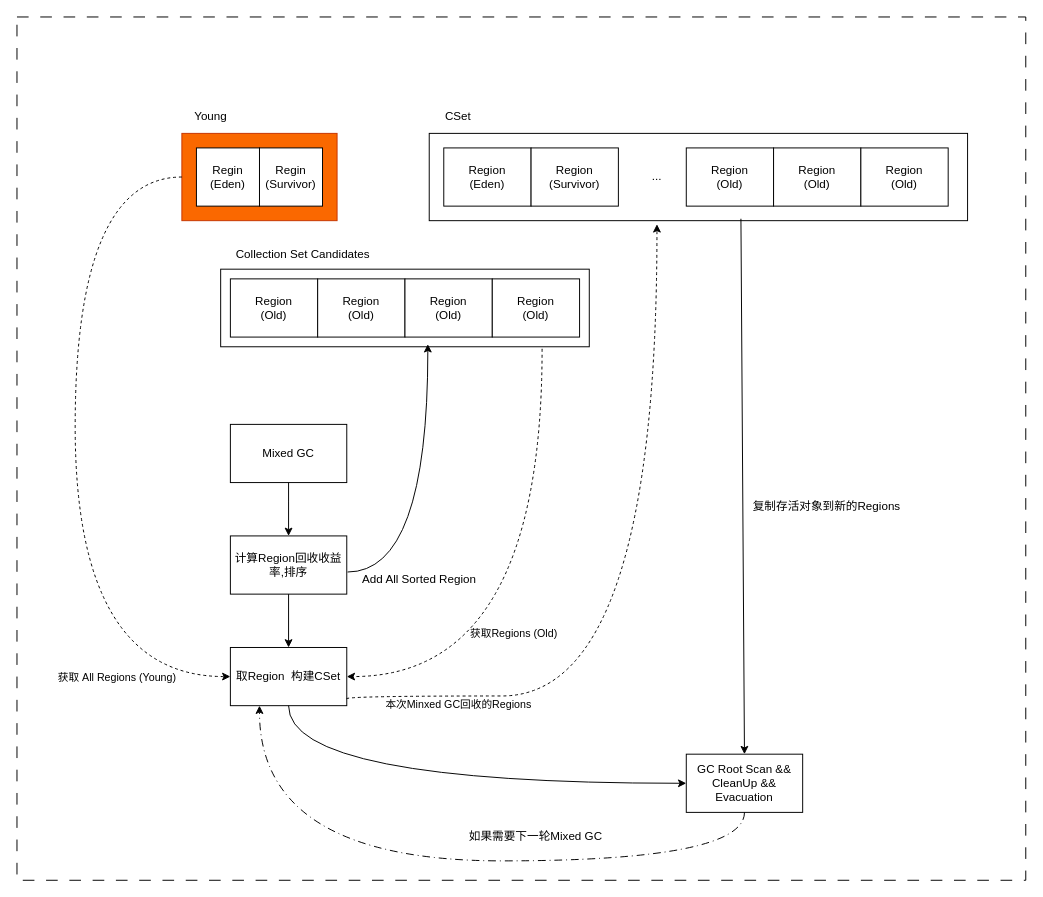
Above: G1/Mixe dGC.drawio in wit88wang/my.draw.io (draw.io), before the change. Source tidied: cells renumbered, new cells numbered last; positions are measured from the earlier drawing's top-left corner, leaving out a move shared by most shapes. Both pictures are drawn from the tidied source at 97%, with x=0, y=0 at pixel (16, 16).
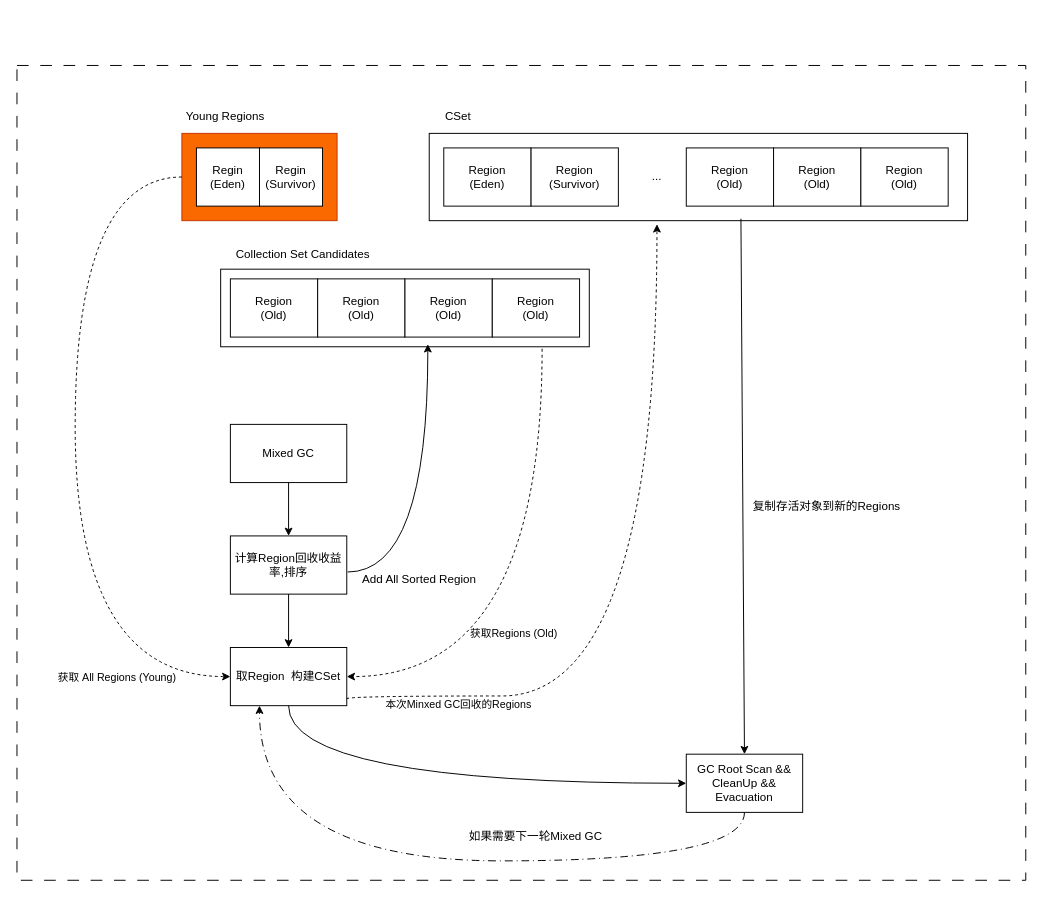
The same diagram, later.

What changed in the source:
```diff
@@
     <mxCell id="2" style="rounded=0;whiteSpace=wrap;html=1;fillColor=light-dark(#FFFFFF,#99FFFF);fontColor=light-dark(#000000,#000033);labelBackgroundColor=light-dark(#FFFFFF,#CCFFFF);strokeColor=light-dark(#000000,#FF0000);dashed=1;dashPattern=12 12;" parent="1" vertex="1">
-      <mxGeometry width="1040" height="890" as="geometry" />
+      <mxGeometry y="50" width="1040" height="840" as="geometry" />
     </mxCell>
@@
-    <mxCell id="33" value="Young" style="text;html=1;whiteSpace=wrap;strokeColor=none;fillColor=none;align=center;verticalAlign=middle;rounded=0;fontColor=light-dark(#000000,#000033);" parent="1" vertex="1">
-      <mxGeometry x="170" y="88" width="60" height="30" as="geometry" />
+    <mxCell id="33" value="Young Regions" style="text;html=1;whiteSpace=wrap;strokeColor=none;fillColor=none;align=center;verticalAlign=middle;rounded=0;fontColor=light-dark(#000000,#000033);" parent="1" vertex="1">
+      <mxGeometry x="170" y="88" width="90" height="30" as="geometry" />
     </mxCell>
```
